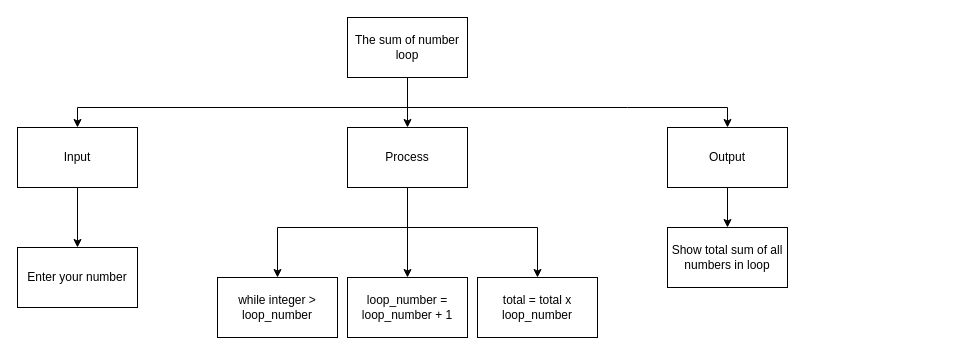
This is Drawio/TopDown.Drawio from JacksonNaufal/ICS3U-Unit4-02-Python, a draw.io file, before an edit. Source tidied: cells renumbered, new cells numbered last; positions are measured from the earlier drawing's top-left corner, leaving out a move shared by most shapes. Both pictures are drawn from the tidied source at 100%, with x=0, y=0 at pixel (17, 17).
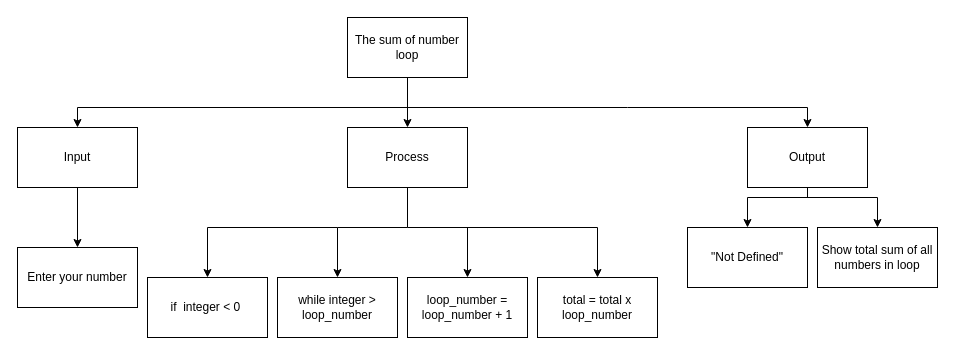
Above is the later version.

The change refers to these unchanged cells:
```xml
<mxCell id="11" value="Process" style="rounded=0;whiteSpace=wrap;html=1;" parent="1" vertex="1">
  <mxGeometry x="330" y="110" width="120" height="60" as="geometry" />
</mxCell>
```

What changed in the source:
```diff
@@
     <mxCell id="4" style="edgeStyle=none;rounded=0;html=1;entryX=0.5;entryY=0;entryDx=0;entryDy=0;" parent="1" edge="1" target="13">
       <mxGeometry relative="1" as="geometry">
         <mxPoint x="390" y="90" as="sourcePoint" />
         <Array as="points">
           <mxPoint x="610" y="90" />
-          <mxPoint x="710" y="90" />
+          <mxPoint x="790" y="90" />
         </Array>
       </mxGeometry>
     </mxCell>
@@
     <mxCell id="8" style="edgeStyle=none;rounded=0;html=1;entryX=0.5;entryY=0;entryDx=0;entryDy=0;" parent="1" edge="1" target="15">
       <mxGeometry relative="1" as="geometry">
         <mxPoint x="390" y="210" as="sourcePoint" />
         <Array as="points">
-          <mxPoint x="260" y="210" />
+          <mxPoint x="320" y="210" />
         </Array>
       </mxGeometry>
     </mxCell>
-    <mxCell id="9" style="edgeStyle=none;html=1;" parent="1" edge="1" source="11" target="18">
-      <mxGeometry relative="1" as="geometry" />
+    <mxCell id="9" style="edgeStyle=none;html=1;" parent="1" edge="1" target="18">
+      <mxGeometry relative="1" as="geometry">
+        <mxPoint x="450" y="210" as="sourcePoint" />
+      </mxGeometry>
     </mxCell>
     <mxCell id="10" style="edgeStyle=none;html=1;entryX=0.5;entryY=0;entryDx=0;entryDy=0;rounded=0;" parent="1" edge="1" target="17">
       <mxGeometry relative="1" as="geometry">
         <mxPoint x="390" y="210" as="sourcePoint" />
         <Array as="points">
-          <mxPoint x="520" y="210" />
+          <mxPoint x="580" y="210" />
         </Array>
       </mxGeometry>
     </mxCell>
+    <mxCell id="19" style="edgeStyle=none;rounded=0;html=1;entryX=0.5;entryY=0;entryDx=0;entryDy=0;endArrow=classic;endFill=1;" parent="1" edge="1" target="23">
+      <mxGeometry relative="1" as="geometry">
+        <mxPoint x="320" y="210" as="sourcePoint" />
+        <Array as="points">
+          <mxPoint x="190" y="210" />
+        </Array>
+      </mxGeometry>
+    </mxCell>
+    <mxCell id="20" style="edgeStyle=none;rounded=0;html=1;endArrow=none;endFill=0;" parent="1" edge="1" source="11">
+      <mxGeometry relative="1" as="geometry">
+        <mxPoint x="390" y="210" as="targetPoint" />
+      </mxGeometry>
+    </mxCell>
@@
-    <mxCell id="12" style="edgeStyle=none;rounded=0;html=1;" parent="1" edge="1" source="13" target="16">
-      <mxGeometry relative="1" as="geometry" />
+    <mxCell id="12" style="edgeStyle=none;rounded=0;html=1;" parent="1" edge="1" target="16">
+      <mxGeometry relative="1" as="geometry">
+        <mxPoint x="770" y="180" as="sourcePoint" />
+        <Array as="points">
+          <mxPoint x="860" y="180" />
+        </Array>
+      </mxGeometry>
     </mxCell>
+    <mxCell id="21" style="edgeStyle=none;html=1;entryX=0.5;entryY=0;entryDx=0;entryDy=0;rounded=0;" parent="1" edge="1" target="24">
+      <mxGeometry relative="1" as="geometry">
+        <mxPoint x="790" y="180" as="sourcePoint" />
+        <Array as="points">
+          <mxPoint x="730" y="180" />
+        </Array>
+      </mxGeometry>
+    </mxCell>
+    <mxCell id="22" style="edgeStyle=none;rounded=0;html=1;endArrow=none;endFill=0;" parent="1" edge="1" source="13">
+      <mxGeometry relative="1" as="geometry">
+        <mxPoint x="790" y="180" as="targetPoint" />
+      </mxGeometry>
+    </mxCell>
     <mxCell id="13" value="Output" style="rounded=0;whiteSpace=wrap;html=1;" parent="1" vertex="1">
-      <mxGeometry x="650" y="110" width="120" height="60" as="geometry" />
+      <mxGeometry x="730" y="110" width="120" height="60" as="geometry" />
     </mxCell>
@@
     <mxCell id="15" value="while integer &amp;gt; loop_number" style="rounded=0;whiteSpace=wrap;html=1;" parent="1" vertex="1">
-      <mxGeometry x="200" y="260" width="120" height="60" as="geometry" />
+      <mxGeometry x="260" y="260" width="120" height="60" as="geometry" />
     </mxCell>
     <mxCell id="16" value="Show total sum of all numbers in loop" style="rounded=0;whiteSpace=wrap;html=1;" parent="1" vertex="1">
-      <mxGeometry x="650" y="210" width="120" height="60" as="geometry" />
+      <mxGeometry x="800" y="210" width="120" height="60" as="geometry" />
     </mxCell>
     <mxCell id="17" value="total = total x loop_number" style="rounded=0;whiteSpace=wrap;html=1;" parent="1" vertex="1">
-      <mxGeometry x="460" y="260" width="120" height="60" as="geometry" />
+      <mxGeometry x="520" y="260" width="120" height="60" as="geometry" />
     </mxCell>
     <mxCell id="18" value="loop_number = loop_number + 1" style="rounded=0;whiteSpace=wrap;html=1;" parent="1" vertex="1">
-      <mxGeometry x="330" y="260" width="120" height="60" as="geometry" />
+      <mxGeometry x="390" y="260" width="120" height="60" as="geometry" />
     </mxCell>
+    <mxCell id="23" value="if&amp;nbsp; integer &amp;lt; 0&amp;nbsp;" style="rounded=0;whiteSpace=wrap;html=1;" parent="1" vertex="1">
+      <mxGeometry x="130" y="260" width="120" height="60" as="geometry" />
+    </mxCell>
+    <mxCell id="24" value="&quot;Not Defined&quot;" style="rounded=0;whiteSpace=wrap;html=1;" parent="1" vertex="1">
+      <mxGeometry x="670" y="210" width="120" height="60" as="geometry" />
+    </mxCell>
```
